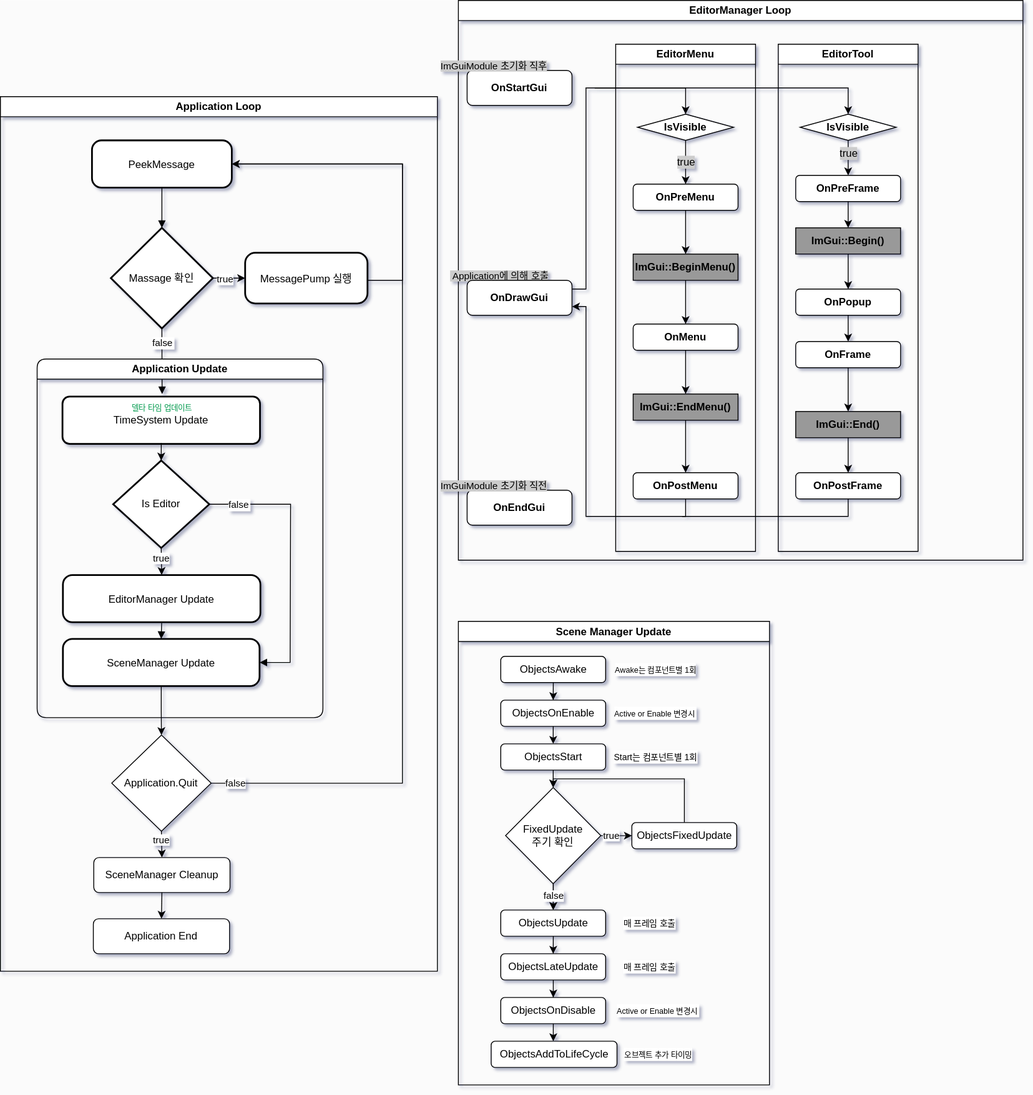
Above: Diagram/GameEngineFlowChart.drawio.svg in Scarecrow37/VanishingGround (draw.io), before the change. Source tidied: cells renumbered, new cells last; positions are measured from the earlier drawing's top-left corner, leaving out a move shared by most shapes.
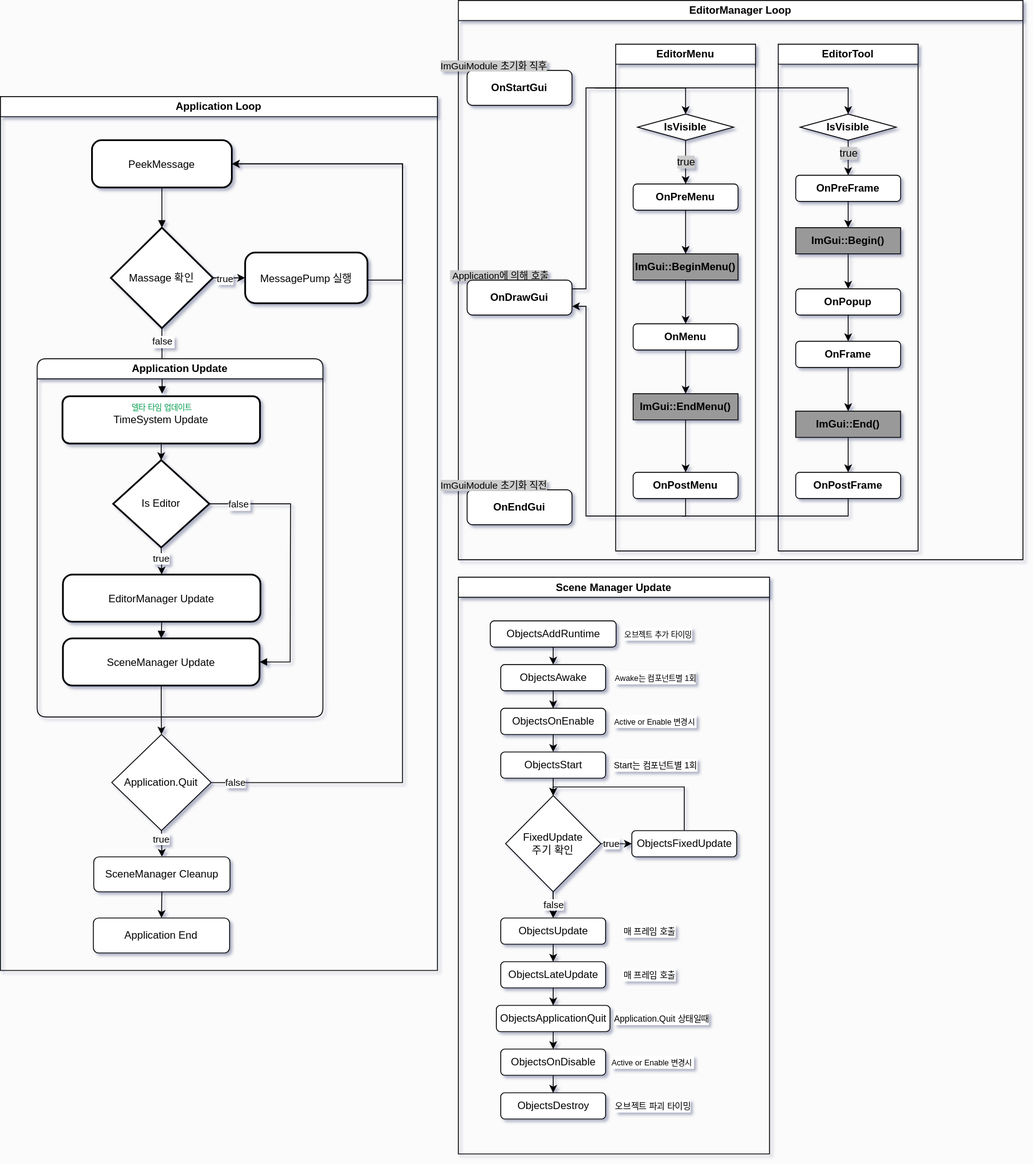
After the commit.

Commit message:
SceneManager Update 업데이트

Diff of the diagram source:
```diff
@@ -101,25 +101,25 @@
       <mxGeometry relative="1" as="geometry" />
     </mxCell>
     <mxCell id="29" value="Scene Manager Update" style="swimlane;whiteSpace=wrap;html=1;labelBackgroundColor=default;" parent="1" vertex="1">
-      <mxGeometry x="524" y="710" width="356" height="530" as="geometry" />
+      <mxGeometry x="524" y="660" width="356" height="660" as="geometry" />
     </mxCell>
     <mxCell id="30" style="edgeStyle=orthogonalEdgeStyle;rounded=0;jettySize=auto;html=1;entryX=0.5;entryY=0;entryDx=0;entryDy=0;labelBackgroundColor=default;" parent="29" edge="1" source="31" target="33">
       <mxGeometry relative="1" as="geometry" />
     </mxCell>
     <mxCell id="31" value="ObjectsAwake" style="rounded=1;whiteSpace=wrap;html=1;labelBackgroundColor=default;" parent="29" vertex="1">
-      <mxGeometry x="48.5" y="40" width="120" height="30" as="geometry" />
+      <mxGeometry x="48.5" y="100" width="120" height="30" as="geometry" />
     </mxCell>
     <mxCell id="32" style="edgeStyle=orthogonalEdgeStyle;rounded=0;jettySize=auto;html=1;exitX=0.5;exitY=1;exitDx=0;exitDy=0;entryX=0.5;entryY=0;entryDx=0;entryDy=0;labelBackgroundColor=default;" parent="29" edge="1" source="33" target="35">
       <mxGeometry relative="1" as="geometry" />
     </mxCell>
     <mxCell id="33" value="ObjectsOnEnable" style="rounded=1;whiteSpace=wrap;html=1;labelBackgroundColor=default;" parent="29" vertex="1">
-      <mxGeometry x="48.5" y="90" width="120" height="30" as="geometry" />
+      <mxGeometry x="48.5" y="150" width="120" height="30" as="geometry" />
     </mxCell>
     <mxCell id="34" style="edgeStyle=orthogonalEdgeStyle;rounded=0;jettySize=auto;html=1;exitX=0.5;exitY=1;exitDx=0;exitDy=0;entryX=0.5;entryY=0;entryDx=0;entryDy=0;labelBackgroundColor=default;" parent="29" edge="1" source="35" target="39">
       <mxGeometry relative="1" as="geometry" />
     </mxCell>
     <mxCell id="35" value="ObjectsStart" style="rounded=1;whiteSpace=wrap;html=1;labelBackgroundColor=default;" parent="29" vertex="1">
-      <mxGeometry x="48.5" y="140" width="120" height="30" as="geometry" />
+      <mxGeometry x="48.5" y="200" width="120" height="30" as="geometry" />
     </mxCell>
     <mxCell id="36" value="true" style="edgeStyle=orthogonalEdgeStyle;rounded=0;jettySize=auto;html=1;exitX=1;exitY=0.5;exitDx=0;exitDy=0;entryX=0;entryY=0.5;entryDx=0;entryDy=0;labelBackgroundColor=default;" parent="29" edge="1" source="39" target="41">
       <mxGeometry x="-0.32" relative="1" as="geometry" />
@@ -131,61 +131,79 @@
       <mxGeometry relative="1" as="geometry" />
     </mxCell>
     <mxCell id="39" value="FixedUpdate&lt;div&gt;주기 확인&lt;/div&gt;" style="rhombus;whiteSpace=wrap;html=1;labelBackgroundColor=default;" parent="29" vertex="1">
-      <mxGeometry x="54" y="190" width="109" height="110" as="geometry" />
+      <mxGeometry x="54" y="250" width="109" height="110" as="geometry" />
     </mxCell>
     <mxCell id="40" style="edgeStyle=orthogonalEdgeStyle;rounded=0;jettySize=auto;html=1;entryX=0.5;entryY=0;entryDx=0;entryDy=0;labelBackgroundColor=default;" parent="29" edge="1" source="41" target="39">
       <mxGeometry relative="1" as="geometry">
         <Array as="points">
-          <mxPoint x="258.5" y="180" />
-          <mxPoint x="108.5" y="180" />
+          <mxPoint x="258.5" y="240" />
+          <mxPoint x="108.5" y="240" />
         </Array>
       </mxGeometry>
     </mxCell>
     <mxCell id="41" value="ObjectsFixedUpdate" style="rounded=1;whiteSpace=wrap;html=1;labelBackgroundColor=default;" parent="29" vertex="1">
-      <mxGeometry x="198.5" y="230" width="120" height="30" as="geometry" />
+      <mxGeometry x="198.5" y="290" width="120" height="30" as="geometry" />
     </mxCell>
     <mxCell id="42" style="edgeStyle=orthogonalEdgeStyle;rounded=0;jettySize=auto;html=1;entryX=0.5;entryY=0;entryDx=0;entryDy=0;labelBackgroundColor=default;" parent="29" edge="1" source="43" target="45">
       <mxGeometry relative="1" as="geometry" />
     </mxCell>
     <mxCell id="43" value="ObjectsUpdate" style="rounded=1;whiteSpace=wrap;html=1;labelBackgroundColor=default;" parent="29" vertex="1">
-      <mxGeometry x="48.5" y="330" width="120" height="30" as="geometry" />
+      <mxGeometry x="48.5" y="390" width="120" height="30" as="geometry" />
     </mxCell>
     <mxCell id="44" style="edgeStyle=orthogonalEdgeStyle;rounded=0;jettySize=auto;html=1;labelBackgroundColor=default;" parent="29" edge="1" source="45" target="47">
       <mxGeometry relative="1" as="geometry" />
     </mxCell>
     <mxCell id="45" value="ObjectsLateUpdate" style="rounded=1;whiteSpace=wrap;html=1;labelBackgroundColor=default;" parent="29" vertex="1">
-      <mxGeometry x="48.5" y="380" width="120" height="30" as="geometry" />
+      <mxGeometry x="48.5" y="440" width="120" height="30" as="geometry" />
     </mxCell>
-    <mxCell id="46" style="edgeStyle=orthogonalEdgeStyle;rounded=0;jettySize=auto;html=1;labelBackgroundColor=default;" parent="29" edge="1" source="47" target="48">
-      <mxGeometry relative="1" as="geometry" />
-    </mxCell>
+    <mxCell id="98" style="edgeStyle=orthogonalEdgeStyle;rounded=0;jettySize=auto;html=1;exitX=0.5;exitY=1;exitDx=0;exitDy=0;entryX=0.5;entryY=0;entryDx=0;entryDy=0;" parent="29" edge="1" source="47" target="101">
+      <mxGeometry relative="1" as="geometry" />
+    </mxCell>
-    <mxCell id="47" value="ObjectsOnDisable" style="rounded=1;whiteSpace=wrap;html=1;labelBackgroundColor=default;" parent="29" vertex="1">
-      <mxGeometry x="48.5" y="430" width="120" height="30" as="geometry" />
+    <mxCell id="47" value="ObjectsApplicationQuit" style="rounded=1;whiteSpace=wrap;html=1;labelBackgroundColor=default;" parent="29" vertex="1">
+      <mxGeometry x="43.5" y="490" width="130" height="30" as="geometry" />
     </mxCell>
-    <mxCell id="48" value="ObjectsAddToLifeCycle" style="rounded=1;whiteSpace=wrap;html=1;labelBackgroundColor=default;" parent="29" vertex="1">
-      <mxGeometry x="37.5" y="480" width="144" height="30" as="geometry" />
-    </mxCell>
     <mxCell id="49" value="&lt;font style=&quot;font-size: 9px;&quot;&gt;Awake는&amp;nbsp;&lt;span style=&quot;color: light-dark(rgb(0, 0, 0), rgb(255, 255, 255));&quot;&gt;컴포넌트별 1회&lt;/span&gt;&lt;/font&gt;" style="text;html=1;align=center;verticalAlign=middle;whiteSpace=wrap;rounded=0;labelBackgroundColor=default;" parent="29" vertex="1">
-      <mxGeometry x="158.5" y="40" width="134" height="30" as="geometry" />
+      <mxGeometry x="158.5" y="100" width="134" height="30" as="geometry" />
     </mxCell>
     <mxCell id="50" value="&lt;font style=&quot;font-size: 9px;&quot;&gt;Active or Enable 변경시&lt;span style=&quot;color: light-dark(rgb(0, 0, 0), rgb(255, 255, 255));&quot;&gt;&amp;nbsp;&lt;/span&gt;&lt;/font&gt;" style="text;html=1;align=center;verticalAlign=middle;whiteSpace=wrap;rounded=0;labelBackgroundColor=default;" parent="29" vertex="1">
-      <mxGeometry x="158.5" y="90" width="134" height="30" as="geometry" />
+      <mxGeometry x="158.5" y="150" width="134" height="30" as="geometry" />
     </mxCell>
     <mxCell id="51" value="&lt;font size=&quot;1&quot;&gt;Start는 컴포넌트별 1회&lt;/font&gt;" style="text;html=1;align=center;verticalAlign=middle;whiteSpace=wrap;rounded=0;labelBackgroundColor=default;" parent="29" vertex="1">
-      <mxGeometry x="158.5" y="140" width="134" height="30" as="geometry" />
+      <mxGeometry x="158.5" y="200" width="134" height="30" as="geometry" />
     </mxCell>
     <mxCell id="52" value="&lt;font style=&quot;font-size: 9px;&quot;&gt;Active or Enable 변경시&lt;span style=&quot;color: light-dark(rgb(0, 0, 0), rgb(255, 255, 255));&quot;&gt;&amp;nbsp;&lt;/span&gt;&lt;/font&gt;" style="text;html=1;align=center;verticalAlign=middle;whiteSpace=wrap;rounded=0;labelBackgroundColor=default;" parent="29" vertex="1">
-      <mxGeometry x="168.5" y="430" width="120" height="30" as="geometry" />
+      <mxGeometry x="163" y="540" width="120" height="30" as="geometry" />
     </mxCell>
     <mxCell id="53" value="&lt;font size=&quot;1&quot;&gt;매 프레임 호출&lt;/font&gt;" style="text;html=1;align=center;verticalAlign=middle;whiteSpace=wrap;rounded=0;labelBackgroundColor=default;" parent="29" vertex="1">
-      <mxGeometry x="158.5" y="330" width="120" height="30" as="geometry" />
+      <mxGeometry x="158.5" y="390" width="120" height="30" as="geometry" />
     </mxCell>
     <mxCell id="54" value="&lt;font size=&quot;1&quot;&gt;매 프레임 호출&lt;/font&gt;" style="text;html=1;align=center;verticalAlign=middle;whiteSpace=wrap;rounded=0;labelBackgroundColor=default;" parent="29" vertex="1">
-      <mxGeometry x="158.5" y="380" width="120" height="30" as="geometry" />
+      <mxGeometry x="158.5" y="440" width="120" height="30" as="geometry" />
     </mxCell>
+    <mxCell id="99" style="edgeStyle=orthogonalEdgeStyle;rounded=0;jettySize=auto;html=1;exitX=0.5;exitY=1;exitDx=0;exitDy=0;entryX=0.5;entryY=0;entryDx=0;entryDy=0;" parent="29" edge="1" source="48" target="31">
+      <mxGeometry relative="1" as="geometry" />
+    </mxCell>
+    <mxCell id="48" value="ObjectsAddRuntime" style="rounded=1;whiteSpace=wrap;html=1;labelBackgroundColor=default;" parent="29" vertex="1">
+      <mxGeometry x="36.5" y="50" width="144" height="30" as="geometry" />
+    </mxCell>
     <mxCell id="55" value="&lt;font style=&quot;font-size: 9px;&quot;&gt;오브젝트 추가 타이밍&lt;/font&gt;" style="text;html=1;align=center;verticalAlign=middle;whiteSpace=wrap;rounded=0;labelBackgroundColor=default;" parent="29" vertex="1">
-      <mxGeometry x="168.5" y="480" width="120" height="30" as="geometry" />
+      <mxGeometry x="168.5" y="50" width="120" height="30" as="geometry" />
     </mxCell>
+    <mxCell id="100" style="edgeStyle=orthogonalEdgeStyle;rounded=0;jettySize=auto;html=1;" parent="29" edge="1" source="101" target="104">
+      <mxGeometry relative="1" as="geometry" />
+    </mxCell>
+    <mxCell id="101" value="ObjectsOnDisable" style="rounded=1;whiteSpace=wrap;html=1;labelBackgroundColor=default;" parent="29" vertex="1">
+      <mxGeometry x="48.5" y="540" width="120" height="30" as="geometry" />
+    </mxCell>
+    <mxCell id="102" value="&lt;font size=&quot;1&quot;&gt;Application.Quit 상태일때&lt;/font&gt;" style="text;html=1;align=center;verticalAlign=middle;whiteSpace=wrap;rounded=0;labelBackgroundColor=default;" parent="29" vertex="1">
+      <mxGeometry x="172.5" y="490" width="120" height="30" as="geometry" />
+    </mxCell>
+    <mxCell id="103" value="&lt;font size=&quot;1&quot;&gt;오브젝트 파괴 타이밍&lt;/font&gt;" style="text;html=1;align=center;verticalAlign=middle;whiteSpace=wrap;rounded=0;labelBackgroundColor=default;" parent="29" vertex="1">
+      <mxGeometry x="163" y="590" width="120" height="30" as="geometry" />
+    </mxCell>
+    <mxCell id="104" value="ObjectsDestroy" style="rounded=1;whiteSpace=wrap;html=1;labelBackgroundColor=default;" parent="29" vertex="1">
+      <mxGeometry x="48.5" y="590" width="120" height="30" as="geometry" />
+    </mxCell>
     <mxCell id="56" value="EditorManager Loop" style="swimlane;whiteSpace=wrap;html=1;labelBackgroundColor=none;" parent="1" vertex="1">
       <mxGeometry x="524" width="646" height="640" as="geometry" />
     </mxCell>
```
